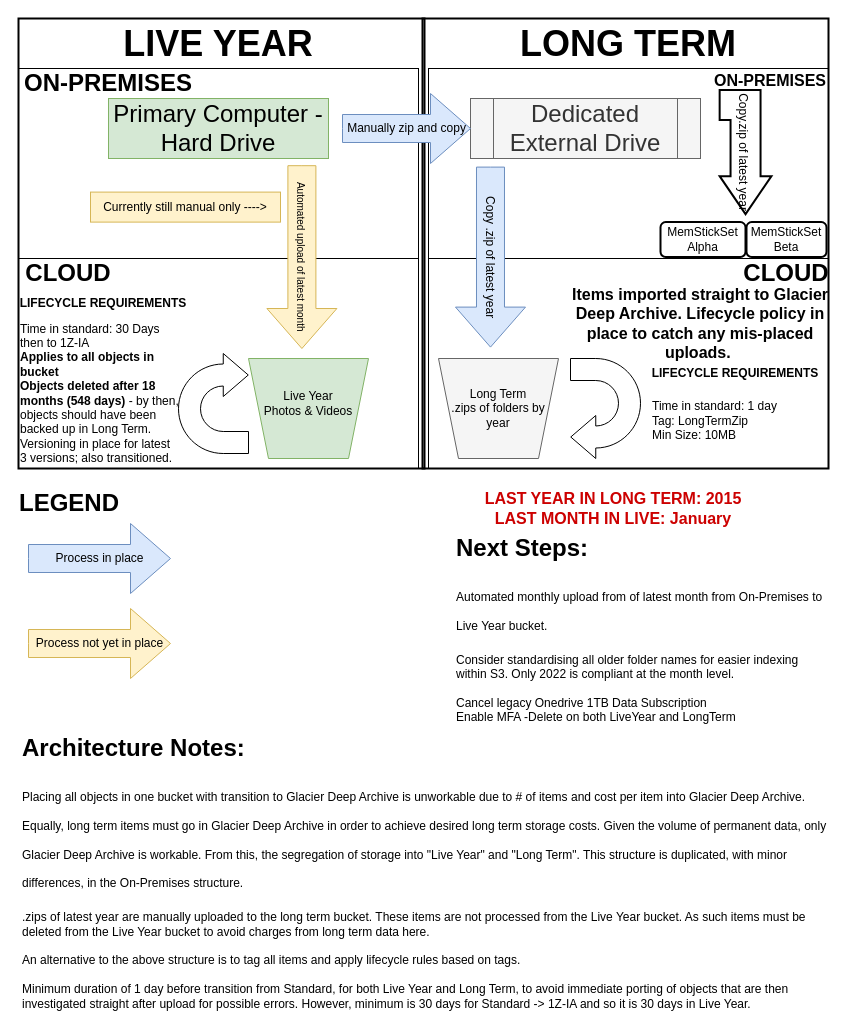
Before: S3_Backup_Structure.drawio in ancollis757/generaltools, a draw.io diagram. Source tidied: cells renumbered, new cells numbered last; positions are measured from the earlier drawing's top-left corner, leaving out a move shared by most shapes. Both pictures are drawn from the tidied source at 100%, with x=0, y=0 at pixel (17, 18).
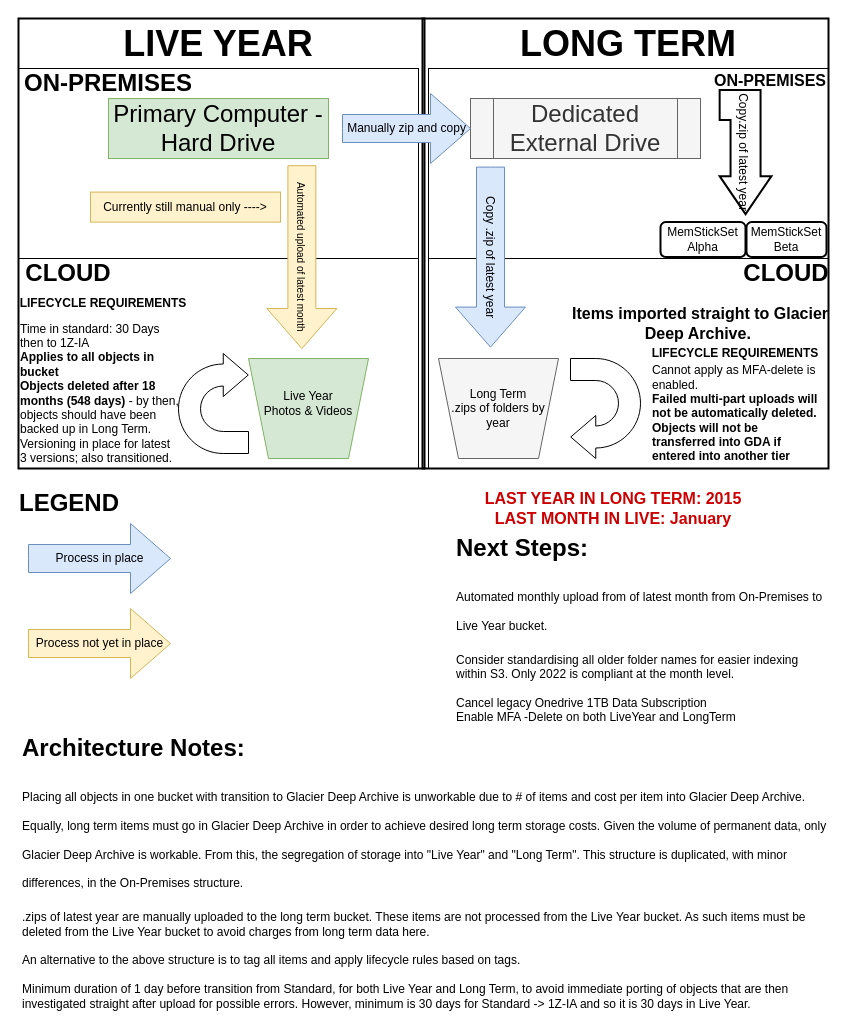
Above is the later version.

Commit message:
Updated for MFA-delete on Long Term bucket

Change to the diagram source:
```diff
@@
-    <mxCell id="13" value="Items imported straight to Glacier Deep Archive. Lifecycle policy in place to catch any mis-placed uploads.&amp;nbsp;" style="text;html=1;strokeColor=none;fillColor=none;align=center;verticalAlign=middle;whiteSpace=wrap;rounded=0;fontSize=16;fontStyle=1;" parent="1" vertex="1">
+    <mxCell id="13" value="Items imported straight to Glacier Deep Archive.&amp;nbsp;" style="text;html=1;strokeColor=none;fillColor=none;align=center;verticalAlign=middle;whiteSpace=wrap;rounded=0;fontSize=16;fontStyle=1;" parent="1" vertex="1">
       <mxGeometry x="553" y="260" width="260" height="90" as="geometry" />
     </mxCell>
@@
     <mxCell id="30" value="LIFECYCLE REQUIREMENTS" style="text;html=1;strokeColor=none;fillColor=none;align=center;verticalAlign=middle;whiteSpace=wrap;rounded=0;strokeWidth=2;fontSize=12;fontStyle=1;" parent="1" vertex="1">
-      <mxGeometry x="633" y="340" width="170" height="30" as="geometry" />
+      <mxGeometry x="633" y="320" width="170" height="30" as="geometry" />
     </mxCell>
-    <mxCell id="31" value="&lt;br&gt;Time in standard: 1 day&lt;br&gt;Tag:&amp;nbsp;LongTermZip &lt;br&gt;Min Size: 10MB" style="text;html=1;strokeColor=none;fillColor=none;align=left;verticalAlign=middle;whiteSpace=wrap;rounded=0;strokeWidth=2;fontSize=12;" parent="1" vertex="1">
+    <mxCell id="31" value="Cannot apply as MFA-delete is enabled.&lt;br&gt;&lt;b&gt;Failed multi-part uploads will not be automatically deleted.&lt;br&gt;Objects will not be transferred into GDA if entered into another tier&lt;br&gt;&lt;/b&gt;" style="text;html=1;strokeColor=none;fillColor=none;align=left;verticalAlign=middle;whiteSpace=wrap;rounded=0;strokeWidth=2;fontSize=12;" parent="1" vertex="1">
       <mxGeometry x="633" y="360" width="170" height="70" as="geometry" />
     </mxCell>
```
